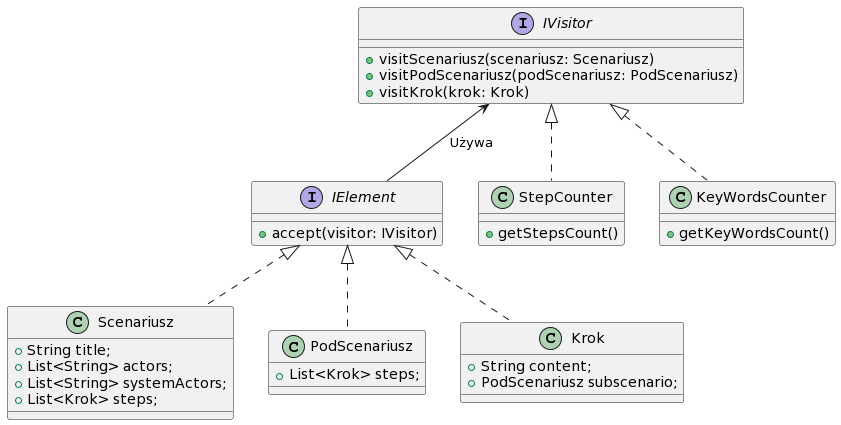
The PlantUML diagram src/main/resources/PoglądoweUML.png in Mlynek4/ScenarioQualityChecker, before a commit.
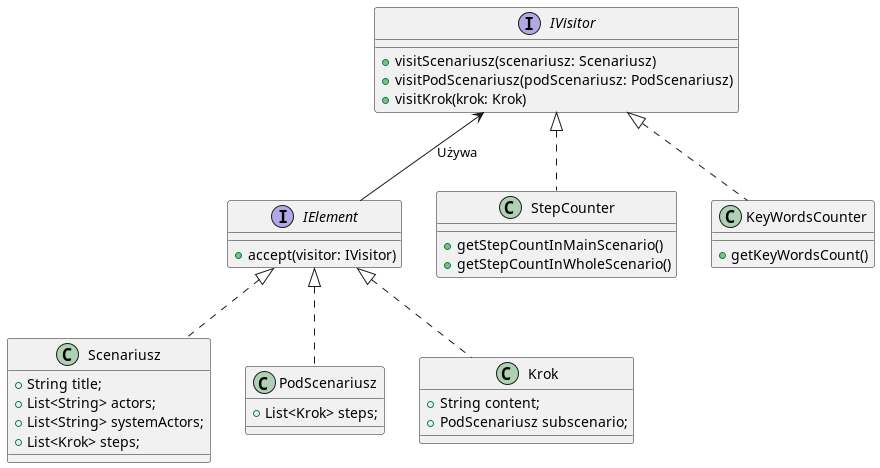
After the change.

What changed in the source:
```diff
@@ -26,7 +26,8 @@
 }
 
 class StepCounter implements IVisitor {
-    + getStepsCount()
+    + getStepCountInMainScenario()
+    + getStepCountInWholeScenario()
 }
 class KeyWordsCounter implements IVisitor {
     + getKeyWordsCount()
```
